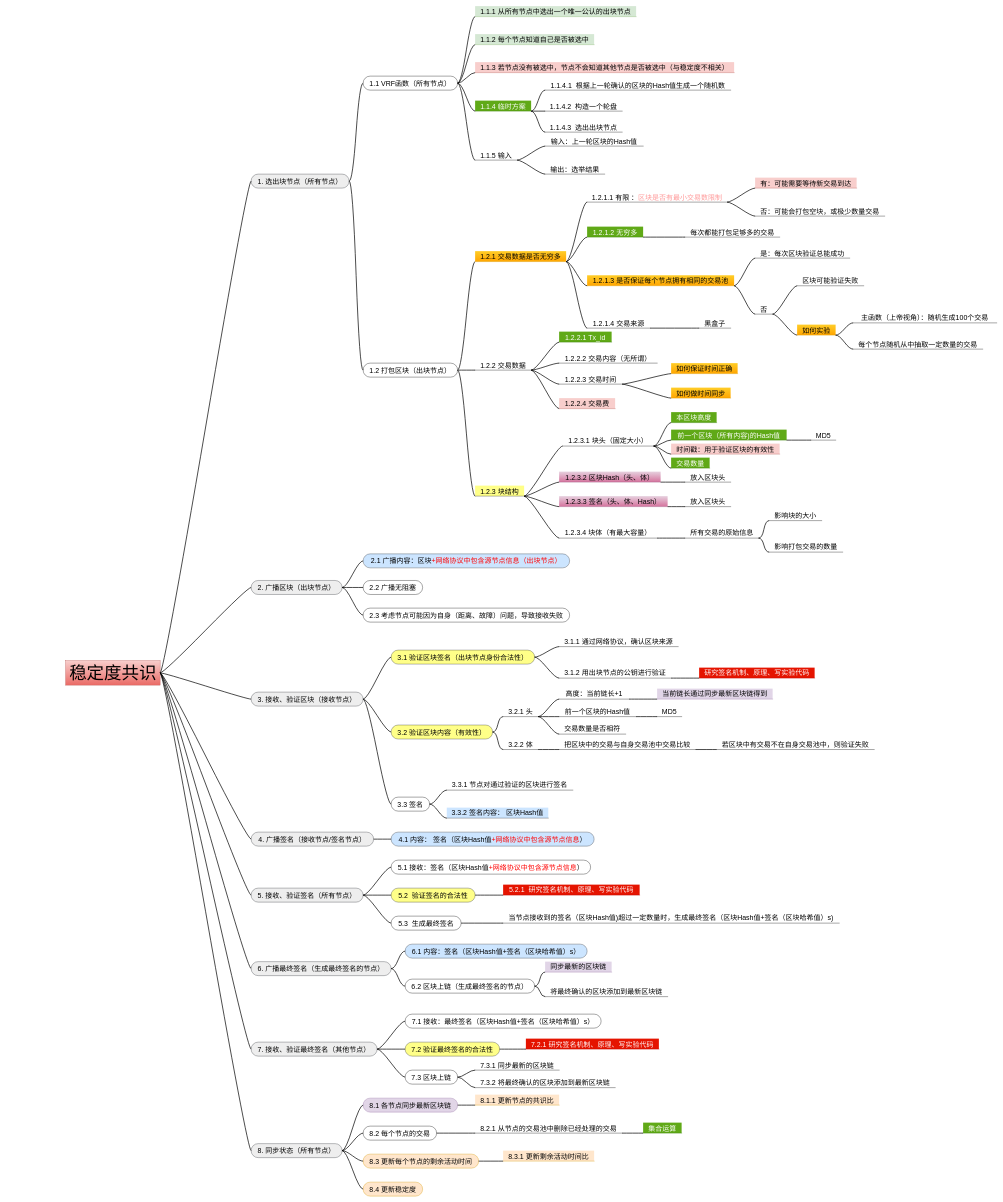
LiZhang2021/Blockchain keeps this draw.io diagram as page "稳定协议系统模型" (9 of 10) of Doc/PHD_Papers/Thesis_Paper/A_Stable_Consensus_Protocol_in_Wireless_Blockchain_System/稳定共识协议概览.drawio. Above is the earlier version. Source tidied: cells renumbered, new cells numbered last; positions are measured from the earlier drawing's top-left corner, leaving out a move shared by most shapes. Both pictures are drawn from the tidied source at 35%, with x=0, y=0 at pixel (65, 6).
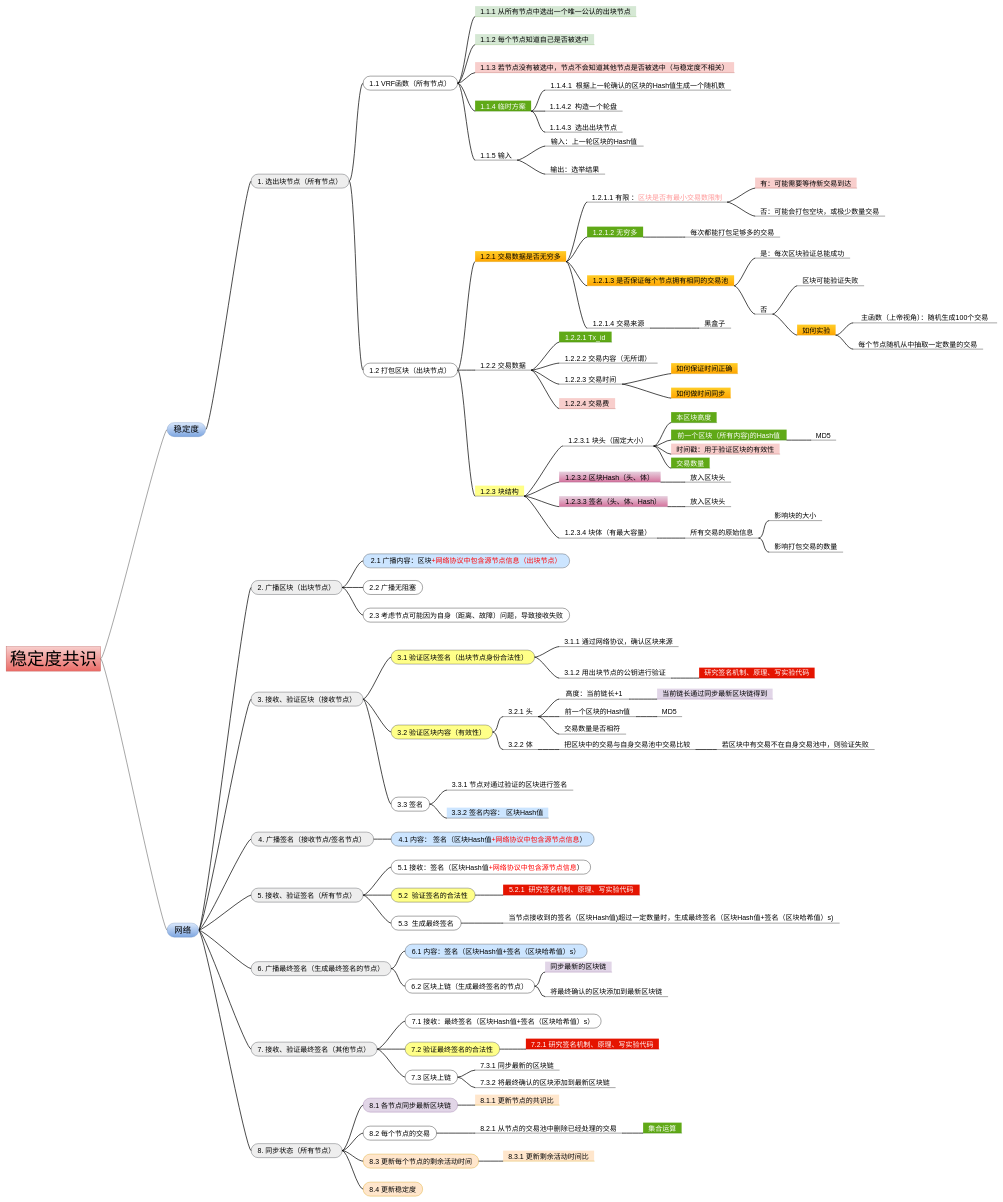
The same diagram, later.

Unchanged cells that the change refers to:
```xml
<mxCell id="3" value="&lt;span style=&quot;text-align: left&quot;&gt;1. 选出块节点（所有节点）&lt;/span&gt;" style="whiteSpace=wrap;html=1;rounded=1;arcSize=50;align=center;verticalAlign=middle;strokeWidth=1;spacing=4;newEdgeStyle={&quot;edgeStyle&quot;:&quot;entityRelationEdgeStyle&quot;,&quot;startArrow&quot;:&quot;none&quot;,&quot;endArrow&quot;:&quot;none&quot;,&quot;segment&quot;:10,&quot;curved&quot;:1};fontSize=20;fillColor=#eeeeee;strokeColor=#36393d;" parent="1" vertex="1">
  <mxGeometry x="530" y="480" width="280" height="40" as="geometry" />
</mxCell>
<mxCell id="5" value="&lt;span style=&quot;text-align: left&quot;&gt;2. 广播区块（出块节点）&lt;/span&gt;" style="whiteSpace=wrap;html=1;rounded=1;arcSize=50;align=center;verticalAlign=middle;strokeWidth=1;spacing=4;newEdgeStyle={&quot;edgeStyle&quot;:&quot;entityRelationEdgeStyle&quot;,&quot;startArrow&quot;:&quot;none&quot;,&quot;endArrow&quot;:&quot;none&quot;,&quot;segment&quot;:10,&quot;curved&quot;:1};fontSize=20;fillColor=#eeeeee;strokeColor=#36393d;" parent="1" vertex="1">
  <mxGeometry x="530" y="1641" width="260" height="40" as="geometry" />
</mxCell>
<mxCell id="7" value="&lt;span style=&quot;text-align: left&quot;&gt;3. 接收、验证区块（接收节点）&lt;/span&gt;" style="whiteSpace=wrap;html=1;rounded=1;arcSize=50;align=center;verticalAlign=middle;strokeWidth=1;spacing=4;newEdgeStyle={&quot;edgeStyle&quot;:&quot;entityRelationEdgeStyle&quot;,&quot;startArrow&quot;:&quot;none&quot;,&quot;endArrow&quot;:&quot;none&quot;,&quot;segment&quot;:10,&quot;curved&quot;:1};fontSize=20;fillColor=#eeeeee;strokeColor=#36393d;" parent="1" vertex="1">
  <mxGeometry x="530" y="1960" width="320" height="40" as="geometry" />
</mxCell>
<mxCell id="9" value="&lt;span style=&quot;text-align: left&quot;&gt;4. 广播签名（接收节点/签名节点）&lt;/span&gt;" style="whiteSpace=wrap;html=1;rounded=1;arcSize=50;align=center;verticalAlign=middle;strokeWidth=1;spacing=4;newEdgeStyle={&quot;edgeStyle&quot;:&quot;entityRelationEdgeStyle&quot;,&quot;startArrow&quot;:&quot;none&quot;,&quot;endArrow&quot;:&quot;none&quot;,&quot;segment&quot;:10,&quot;curved&quot;:1};fontSize=20;fillColor=#eeeeee;strokeColor=#36393d;" parent="1" vertex="1">
  <mxGeometry x="530" y="2360" width="350" height="40" as="geometry" />
</mxCell>
<mxCell id="11" value="&lt;span style=&quot;text-align: left&quot;&gt;5. 接收、验证签名（所有节点）&lt;/span&gt;" style="whiteSpace=wrap;html=1;rounded=1;arcSize=50;align=center;verticalAlign=middle;strokeWidth=1;spacing=4;newEdgeStyle={&quot;edgeStyle&quot;:&quot;entityRelationEdgeStyle&quot;,&quot;startArrow&quot;:&quot;none&quot;,&quot;endArrow&quot;:&quot;none&quot;,&quot;segment&quot;:10,&quot;curved&quot;:1};fontSize=20;fillColor=#eeeeee;strokeColor=#36393d;" parent="1" vertex="1">
  <mxGeometry x="530" y="2520" width="320" height="40" as="geometry" />
</mxCell>
<mxCell id="13" value="&lt;span style=&quot;text-align: left&quot;&gt;6. 广播最终签名（生成最终签名的节点）&lt;/span&gt;" style="whiteSpace=wrap;html=1;rounded=1;arcSize=50;align=center;verticalAlign=middle;strokeWidth=1;spacing=4;newEdgeStyle={&quot;edgeStyle&quot;:&quot;entityRelationEdgeStyle&quot;,&quot;startArrow&quot;:&quot;none&quot;,&quot;endArrow&quot;:&quot;none&quot;,&quot;segment&quot;:10,&quot;curved&quot;:1};fontSize=20;fillColor=#eeeeee;strokeColor=#36393d;" parent="1" vertex="1">
  <mxGeometry x="530" y="2730" width="400" height="40" as="geometry" />
</mxCell>
<mxCell id="15" value="&lt;span style=&quot;text-align: left&quot;&gt;7. 接收、验证最终签名（其他节点）&lt;/span&gt;" style="whiteSpace=wrap;html=1;rounded=1;arcSize=50;align=center;verticalAlign=middle;strokeWidth=1;spacing=4;newEdgeStyle={&quot;edgeStyle&quot;:&quot;entityRelationEdgeStyle&quot;,&quot;startArrow&quot;:&quot;none&quot;,&quot;endArrow&quot;:&quot;none&quot;,&quot;segment&quot;:10,&quot;curved&quot;:1};fontSize=20;fillColor=#eeeeee;strokeColor=#36393d;" parent="1" vertex="1">
  <mxGeometry x="530" y="2960" width="360" height="40" as="geometry" />
</mxCell>
<mxCell id="17" value="&lt;span style=&quot;text-align: left&quot;&gt;8. 同步状态（所有节点）&lt;/span&gt;" style="whiteSpace=wrap;html=1;rounded=1;arcSize=50;align=center;verticalAlign=middle;strokeWidth=1;spacing=4;newEdgeStyle={&quot;edgeStyle&quot;:&quot;entityRelationEdgeStyle&quot;,&quot;startArrow&quot;:&quot;none&quot;,&quot;endArrow&quot;:&quot;none&quot;,&quot;segment&quot;:10,&quot;curved&quot;:1};fontSize=20;fillColor=#eeeeee;strokeColor=#36393d;" parent="1" vertex="1">
  <mxGeometry x="530" y="3250" width="260" height="40" as="geometry" />
</mxCell>
```

The edit, as a diff of the source:
```diff
@@
     <mxCell id="2" value="稳定度共识" style="text;html=1;align=center;verticalAlign=middle;points=[];strokeColor=#b85450;fillColor=#f8cecc;fontSize=50;gradientColor=#ea6b66;" parent="1" vertex="1">
-      <mxGeometry y="1870" width="270" height="70" as="geometry" />
+      <mxGeometry x="-170" y="1830" width="270" height="70" as="geometry" />
     </mxCell>
@@
-    <mxCell id="4" style="edgeStyle=entityRelationEdgeStyle;startArrow=none;endArrow=none;segment=10;curved=1;rounded=0;fontSize=20;fontColor=#000000;strokeWidth=2;" parent="1" edge="1" source="2" target="3">
+    <mxCell id="4" style="edgeStyle=entityRelationEdgeStyle;startArrow=none;endArrow=none;segment=10;curved=1;rounded=0;fontSize=20;fontColor=#000000;strokeWidth=2;exitX=1;exitY=0.5;exitDx=0;exitDy=0;" parent="1" edge="1" source="205" target="3">
       <mxGeometry relative="1" as="geometry" />
     </mxCell>
@@
-    <mxCell id="6" style="edgeStyle=entityRelationEdgeStyle;startArrow=none;endArrow=none;segment=10;curved=1;rounded=0;fontSize=20;fontColor=#000000;strokeWidth=2;" parent="1" edge="1" source="2" target="5">
+    <mxCell id="6" style="edgeStyle=entityRelationEdgeStyle;startArrow=none;endArrow=none;segment=10;curved=1;rounded=0;fontSize=20;fontColor=#000000;strokeWidth=2;exitX=1;exitY=0.5;exitDx=0;exitDy=0;" parent="1" edge="1" source="207" target="5">
       <mxGeometry relative="1" as="geometry" />
     </mxCell>
@@
-    <mxCell id="8" style="edgeStyle=entityRelationEdgeStyle;startArrow=none;endArrow=none;segment=10;curved=1;rounded=0;fontSize=20;fontColor=#000000;strokeWidth=2;" parent="1" edge="1" source="2" target="7">
+    <mxCell id="8" style="edgeStyle=entityRelationEdgeStyle;startArrow=none;endArrow=none;segment=10;curved=1;rounded=0;fontSize=20;fontColor=#000000;strokeWidth=2;" parent="1" edge="1" source="207" target="7">
       <mxGeometry relative="1" as="geometry" />
     </mxCell>
@@
-    <mxCell id="10" style="edgeStyle=entityRelationEdgeStyle;startArrow=none;endArrow=none;segment=10;curved=1;rounded=0;fontSize=20;fontColor=#000000;strokeWidth=2;" parent="1" edge="1" source="2" target="9">
+    <mxCell id="10" style="edgeStyle=entityRelationEdgeStyle;startArrow=none;endArrow=none;segment=10;curved=1;rounded=0;fontSize=20;fontColor=#000000;strokeWidth=2;" parent="1" edge="1" source="207" target="9">
       <mxGeometry relative="1" as="geometry" />
     </mxCell>
@@
-    <mxCell id="12" style="edgeStyle=entityRelationEdgeStyle;startArrow=none;endArrow=none;segment=10;curved=1;rounded=0;fontSize=20;fontColor=#000000;strokeWidth=2;" parent="1" edge="1" source="2" target="11">
+    <mxCell id="12" style="edgeStyle=entityRelationEdgeStyle;startArrow=none;endArrow=none;segment=10;curved=1;rounded=0;fontSize=20;fontColor=#000000;strokeWidth=2;exitX=1;exitY=0.5;exitDx=0;exitDy=0;" parent="1" edge="1" source="207" target="11">
       <mxGeometry relative="1" as="geometry" />
     </mxCell>
@@
-    <mxCell id="14" style="edgeStyle=entityRelationEdgeStyle;startArrow=none;endArrow=none;segment=10;curved=1;rounded=0;fontSize=20;fontColor=#000000;strokeWidth=2;" parent="1" edge="1" source="2" target="13">
+    <mxCell id="14" style="edgeStyle=entityRelationEdgeStyle;startArrow=none;endArrow=none;segment=10;curved=1;rounded=0;fontSize=20;fontColor=#000000;strokeWidth=2;exitX=1;exitY=0.5;exitDx=0;exitDy=0;" parent="1" edge="1" source="207" target="13">
       <mxGeometry relative="1" as="geometry" />
     </mxCell>
@@
-    <mxCell id="16" style="edgeStyle=entityRelationEdgeStyle;startArrow=none;endArrow=none;segment=10;curved=1;rounded=0;fontSize=20;fontColor=#000000;strokeWidth=2;" parent="1" edge="1" source="2" target="15">
+    <mxCell id="16" style="edgeStyle=entityRelationEdgeStyle;startArrow=none;endArrow=none;segment=10;curved=1;rounded=0;fontSize=20;fontColor=#000000;strokeWidth=2;exitX=1;exitY=0.5;exitDx=0;exitDy=0;" parent="1" edge="1" source="207" target="15">
       <mxGeometry relative="1" as="geometry" />
     </mxCell>
@@
-    <mxCell id="18" style="edgeStyle=entityRelationEdgeStyle;startArrow=none;endArrow=none;segment=10;curved=1;rounded=0;fontSize=20;fontColor=#000000;strokeWidth=2;" parent="1" edge="1" source="2" target="17">
+    <mxCell id="18" style="edgeStyle=entityRelationEdgeStyle;startArrow=none;endArrow=none;segment=10;curved=1;rounded=0;fontSize=20;fontColor=#000000;strokeWidth=2;exitX=1;exitY=0.5;exitDx=0;exitDy=0;" parent="1" edge="1" source="207" target="17">
       <mxGeometry relative="1" as="geometry" />
     </mxCell>
@@
+    <mxCell id="205" value="稳定度" style="whiteSpace=wrap;html=1;rounded=1;arcSize=50;align=center;verticalAlign=middle;strokeWidth=1;spacing=4;newEdgeStyle={&quot;edgeStyle&quot;:&quot;entityRelationEdgeStyle&quot;,&quot;startArrow&quot;:&quot;none&quot;,&quot;endArrow&quot;:&quot;none&quot;,&quot;segment&quot;:10,&quot;curved&quot;:1};fillColor=#dae8fc;gradientColor=#7ea6e0;strokeColor=#6c8ebf;fontSize=24;" parent="1" vertex="1">
+      <mxGeometry x="290" y="1190" width="110" height="40" as="geometry" />
+    </mxCell>
+    <mxCell id="206" style="edgeStyle=entityRelationEdgeStyle;startArrow=none;endArrow=none;segment=10;curved=1;rounded=0;" parent="1" edge="1" source="2" target="205">
+      <mxGeometry relative="1" as="geometry" />
+    </mxCell>
+    <mxCell id="207" value="网络" style="whiteSpace=wrap;html=1;rounded=1;arcSize=50;align=center;verticalAlign=middle;strokeWidth=1;spacing=4;newEdgeStyle={&quot;edgeStyle&quot;:&quot;entityRelationEdgeStyle&quot;,&quot;startArrow&quot;:&quot;none&quot;,&quot;endArrow&quot;:&quot;none&quot;,&quot;segment&quot;:10,&quot;curved&quot;:1};fillColor=#dae8fc;gradientColor=#7ea6e0;strokeColor=#6c8ebf;fontSize=24;" parent="1" vertex="1">
+      <mxGeometry x="290" y="2620" width="90" height="40" as="geometry" />
+    </mxCell>
+    <mxCell id="208" style="edgeStyle=entityRelationEdgeStyle;startArrow=none;endArrow=none;segment=10;curved=1;rounded=0;" parent="1" edge="1" source="2" target="207">
+      <mxGeometry relative="1" as="geometry" />
+    </mxCell>
```
